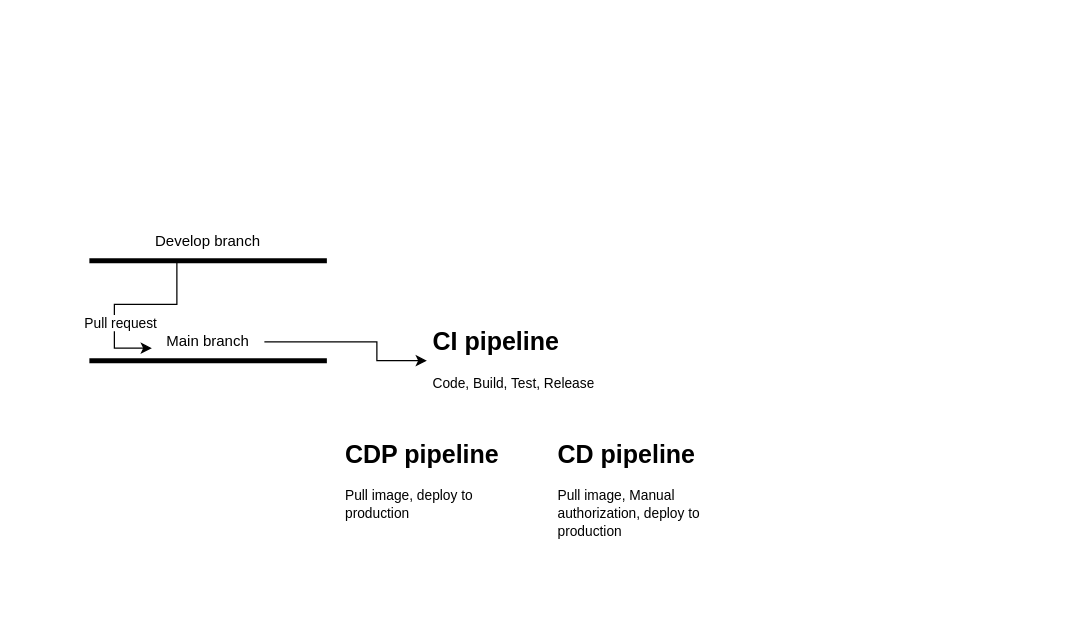
The draw.io diagram app/CI/CICD.drawio in juromerop/To-Do-App, before the edit. Source tidied: cells renumbered, new cells numbered last; positions are measured from the earlier drawing's top-left corner, leaving out a move shared by most shapes. Both pictures are drawn from the tidied source at 125%, with x=0, y=0 at pixel (89, 222). Pictures stored in the file or linked from it are replaced by grey dashed boxes.
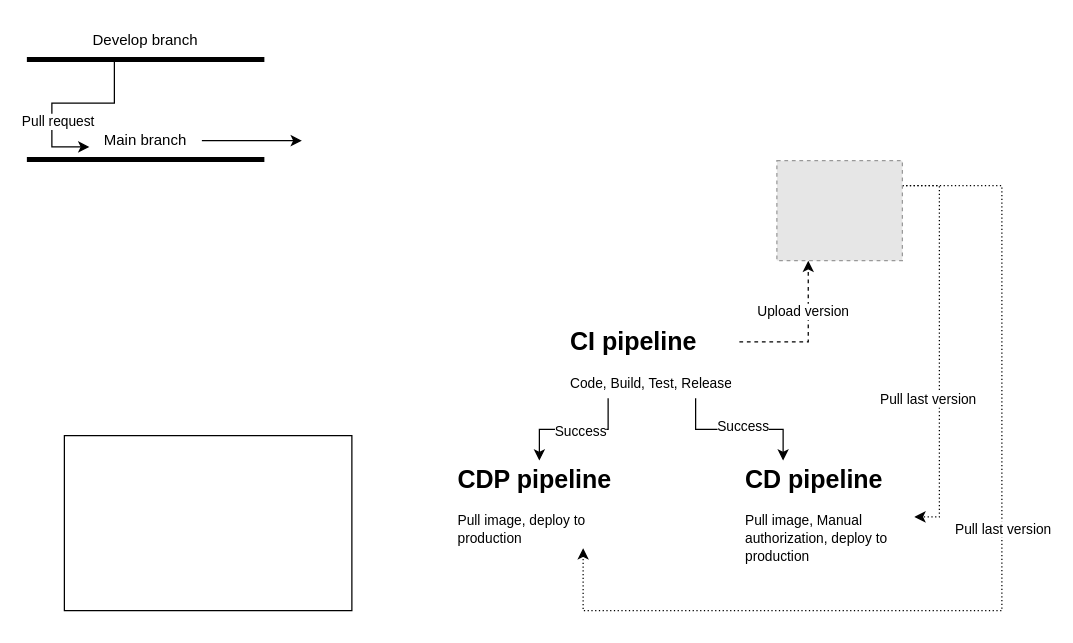
After the change.

The edit, as a diff of the source:
```diff
@@
     <mxCell id="2" style="endArrow=none;html=1;rounded=0;strokeWidth=4;" parent="1" edge="1">
       <mxGeometry relative="1" as="geometry">
-        <mxPoint y="30" as="sourcePoint" />
-        <mxPoint x="190" y="30" as="targetPoint" />
+        <mxPoint x="-50" y="-131" as="sourcePoint" />
+        <mxPoint x="140" y="-131" as="targetPoint" />
       </mxGeometry>
     </mxCell>
     <mxCell id="3" style="endArrow=none;html=1;rounded=0;strokeWidth=4;" parent="1" edge="1">
       <mxGeometry relative="1" as="geometry">
-        <mxPoint y="110" as="sourcePoint" />
-        <mxPoint x="190" y="110" as="targetPoint" />
+        <mxPoint x="-50" y="-51" as="sourcePoint" />
+        <mxPoint x="140" y="-51" as="targetPoint" />
       </mxGeometry>
     </mxCell>
     <mxCell id="4" value="Develop branch" style="text;html=1;align=center;verticalAlign=middle;whiteSpace=wrap;rounded=0;" parent="1" vertex="1">
-      <mxGeometry x="50" width="90" height="30" as="geometry" />
+      <mxGeometry y="-161" width="90" height="30" as="geometry" />
     </mxCell>
+    <mxCell id="12" style="edgeStyle=orthogonalEdgeStyle;rounded=0;jettySize=auto;html=1;exitX=1;exitY=0.5;exitDx=0;exitDy=0;" parent="1" edge="1" source="5">
+      <mxGeometry relative="1" as="geometry">
+        <mxPoint x="170" y="-66" as="targetPoint" />
+      </mxGeometry>
+    </mxCell>
     <mxCell id="5" value="Main branch" style="text;html=1;align=center;verticalAlign=middle;whiteSpace=wrap;rounded=0;" parent="1" vertex="1">
-      <mxGeometry x="50" y="80" width="90" height="30" as="geometry" />
+      <mxGeometry y="-81" width="90" height="30" as="geometry" />
     </mxCell>
     <mxCell id="6" style="endArrow=classic;html=1;rounded=0;edgeStyle=entityRelationEdgeStyle;" parent="1" edge="1">
       <mxGeometry relative="1" as="geometry">
-        <mxPoint x="40" y="30" as="sourcePoint" />
-        <mxPoint x="50" y="100" as="targetPoint" />
+        <mxPoint x="-10" y="-131" as="sourcePoint" />
+        <mxPoint y="-61" as="targetPoint" />
       </mxGeometry>
     </mxCell>
@@
+    <mxCell id="13" style="edgeStyle=orthogonalEdgeStyle;rounded=0;jettySize=auto;html=1;exitX=0.25;exitY=1;exitDx=0;exitDy=0;entryX=0.5;entryY=0;entryDx=0;entryDy=0;" parent="1" edge="1" source="8" target="11">
+      <mxGeometry relative="1" as="geometry" />
+    </mxCell>
+    <mxCell id="14" value="Success" style="edgeLabel;html=1;align=center;verticalAlign=middle;" parent="13" vertex="1">
+      <mxGeometry x="-0.09" y="1" relative="1" as="geometry" />
+    </mxCell>
+    <mxCell id="15" style="edgeStyle=orthogonalEdgeStyle;rounded=0;jettySize=auto;html=1;exitX=0.75;exitY=1;exitDx=0;exitDy=0;entryX=0.25;entryY=0;entryDx=0;entryDy=0;" parent="1" edge="1" source="8" target="10">
+      <mxGeometry relative="1" as="geometry" />
+    </mxCell>
+    <mxCell id="16" value="Success" style="edgeLabel;html=1;align=center;verticalAlign=middle;" parent="15" vertex="1">
+      <mxGeometry x="0.03" y="3" relative="1" as="geometry" />
+    </mxCell>
+    <mxCell id="17" style="edgeStyle=orthogonalEdgeStyle;rounded=0;jettySize=auto;html=1;exitX=1;exitY=0.25;exitDx=0;exitDy=0;entryX=0.25;entryY=1;entryDx=0;entryDy=0;dashed=1;" parent="1" edge="1" source="8" target="23">
+      <mxGeometry relative="1" as="geometry" />
+    </mxCell>
+    <mxCell id="18" value="Upload version" style="edgeLabel;html=1;align=center;verticalAlign=middle;" parent="17" vertex="1">
+      <mxGeometry x="0.05" y="1" relative="1" as="geometry">
+        <mxPoint x="-4" y="-17" as="offset" />
+      </mxGeometry>
+    </mxCell>
     <mxCell id="8" value="&lt;h1 style=&quot;font-size: 20px;&quot;&gt;&lt;font style=&quot;font-size: 20px;&quot;&gt;CI pipeline&lt;/font&gt;&lt;/h1&gt;&lt;p style=&quot;&quot;&gt;&lt;font style=&quot;font-size: 11px;&quot;&gt;Code, Build, Test, Release&lt;/font&gt;&lt;/p&gt;" style="text;html=1;spacing=5;spacingTop=-20;whiteSpace=wrap;overflow=hidden;rounded=0;" parent="1" vertex="1">
-      <mxGeometry x="270" y="80" width="140" height="60" as="geometry" />
+      <mxGeometry x="380" y="80" width="140" height="60" as="geometry" />
     </mxCell>
-    <mxCell id="9" style="endArrow=classic;html=1;rounded=0;exitX=1;exitY=0.5;exitDx=0;exitDy=0;entryX=0;entryY=0.5;entryDx=0;entryDy=0;" parent="1" edge="1" source="5" target="8">
-      <mxGeometry relative="1" as="geometry">
-        <Array as="points">
-          <mxPoint x="230" y="95" />
-          <mxPoint x="230" y="110" />
-        </Array>
-      </mxGeometry>
-    </mxCell>
     <mxCell id="10" value="&lt;h1 style=&quot;font-size: 20px;&quot;&gt;&lt;font style=&quot;font-size: 20px;&quot;&gt;CD pipeline&lt;/font&gt;&lt;/h1&gt;&lt;p style=&quot;&quot;&gt;&lt;font style=&quot;font-size: 11px;&quot;&gt;Pull image, Manual authorization, deploy to production&lt;/font&gt;&lt;/p&gt;" style="text;html=1;spacing=5;spacingTop=-20;whiteSpace=wrap;overflow=hidden;rounded=0;" parent="1" vertex="1">
-      <mxGeometry x="370" y="170" width="140" height="90" as="geometry" />
+      <mxGeometry x="520" y="190" width="140" height="90" as="geometry" />
     </mxCell>
     <mxCell id="11" value="&lt;h1 style=&quot;font-size: 20px;&quot;&gt;&lt;font style=&quot;font-size: 20px;&quot;&gt;CDP pipeline&lt;/font&gt;&lt;/h1&gt;&lt;p style=&quot;&quot;&gt;&lt;span style=&quot;font-size: 11px;&quot;&gt;Pull image, deploy to production&lt;/span&gt;&lt;/p&gt;" style="text;html=1;spacing=5;spacingTop=-20;whiteSpace=wrap;overflow=hidden;rounded=0;" parent="1" vertex="1">
-      <mxGeometry x="200" y="170" width="140" height="70" as="geometry" />
+      <mxGeometry x="290" y="190" width="140" height="70" as="geometry" />
     </mxCell>
+    <mxCell id="19" style="edgeStyle=orthogonalEdgeStyle;rounded=0;jettySize=auto;html=1;exitX=1;exitY=0.25;exitDx=0;exitDy=0;entryX=1;entryY=0.5;entryDx=0;entryDy=0;dashed=1;dashPattern=1 2;" parent="1" edge="1" source="23" target="10">
+      <mxGeometry relative="1" as="geometry">
+        <Array as="points">
+          <mxPoint x="680" y="-30" />
+          <mxPoint x="680" y="235" />
+        </Array>
+      </mxGeometry>
+    </mxCell>
+    <mxCell id="20" value="Pull last version" style="edgeLabel;html=1;align=center;verticalAlign=middle;" parent="19" vertex="1">
+      <mxGeometry x="0.27" y="1" relative="1" as="geometry">
+        <mxPoint x="-11" as="offset" />
+      </mxGeometry>
+    </mxCell>
+    <mxCell id="21" style="edgeStyle=orthogonalEdgeStyle;rounded=0;jettySize=auto;html=1;exitX=1;exitY=0.25;exitDx=0;exitDy=0;entryX=0.75;entryY=1;entryDx=0;entryDy=0;dashed=1;dashPattern=1 2;" parent="1" edge="1" source="23" target="11">
+      <mxGeometry relative="1" as="geometry">
+        <Array as="points">
+          <mxPoint x="730" y="-30" />
+          <mxPoint x="730" y="310" />
+          <mxPoint x="395" y="310" />
+        </Array>
+      </mxGeometry>
+    </mxCell>
+    <mxCell id="22" value="Pull last version" style="edgeLabel;html=1;align=center;verticalAlign=middle;" parent="21" vertex="1">
+      <mxGeometry x="-0.12" relative="1" as="geometry" />
+    </mxCell>
+    <mxCell id="23" style="fillColor=#E6E6E6;strokeColor=#999999;dashed=1;verticalLabelPosition=bottom;verticalAlign=top;" parent="1" vertex="1">
+      <mxGeometry x="550" y="-50" width="100.4" height="80" as="geometry" />
+    </mxCell>
+    <mxCell id="24" style="rounded=0;whiteSpace=wrap;html=1;" parent="1" vertex="1">
+      <mxGeometry x="-20" y="170" width="230" height="140" as="geometry" />
+    </mxCell>
```
